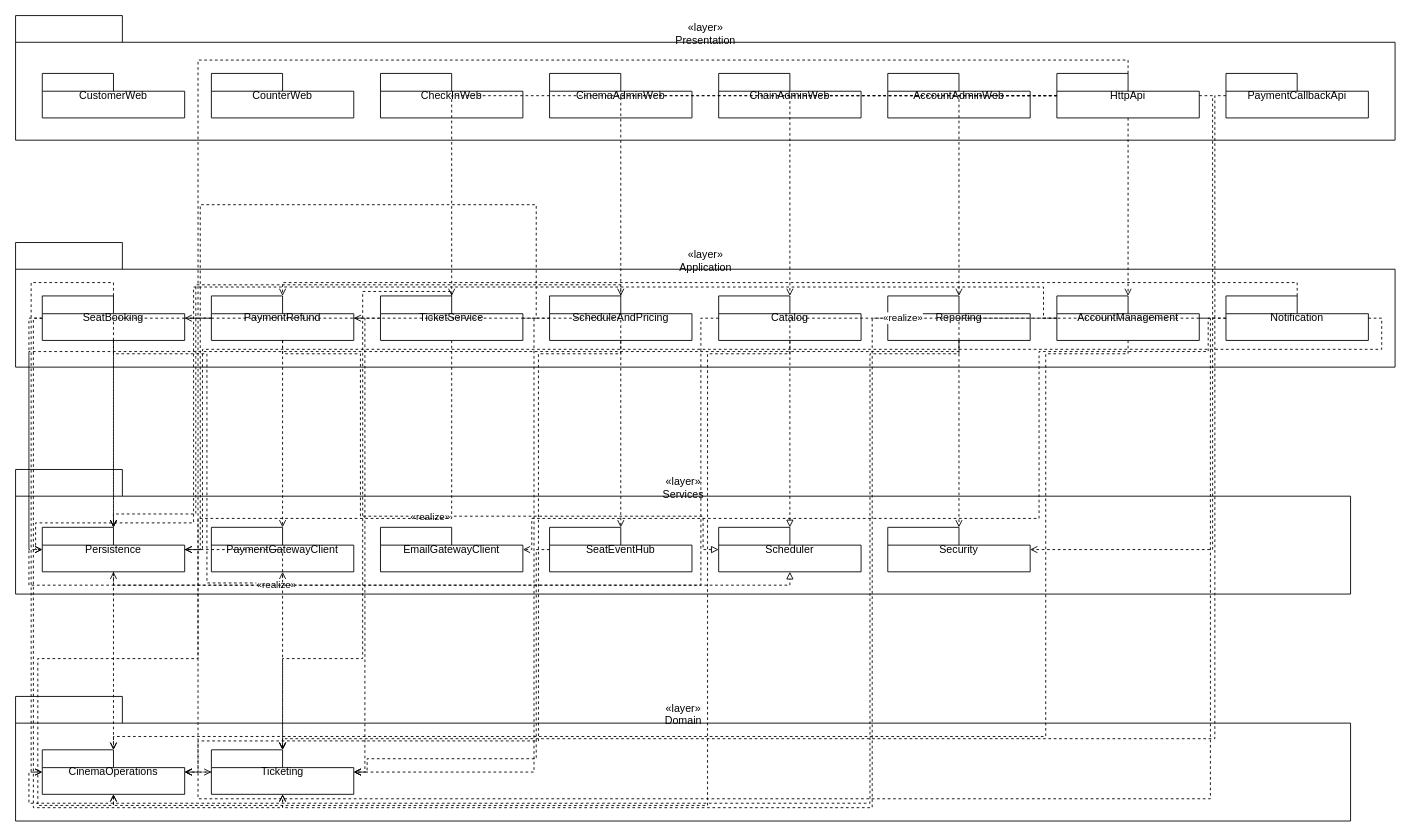
Above: design/diagrams/P09-package-layers.drawio in luytbq/app-dat-ve-xem-phim (draw.io), before the change. Source tidied: cells renumbered, new cells numbered last; positions are measured from the earlier drawing's top-left corner, leaving out a move shared by most shapes. Both pictures are drawn from the tidied source at 89%, with x=0, y=0 at pixel (15, 15).
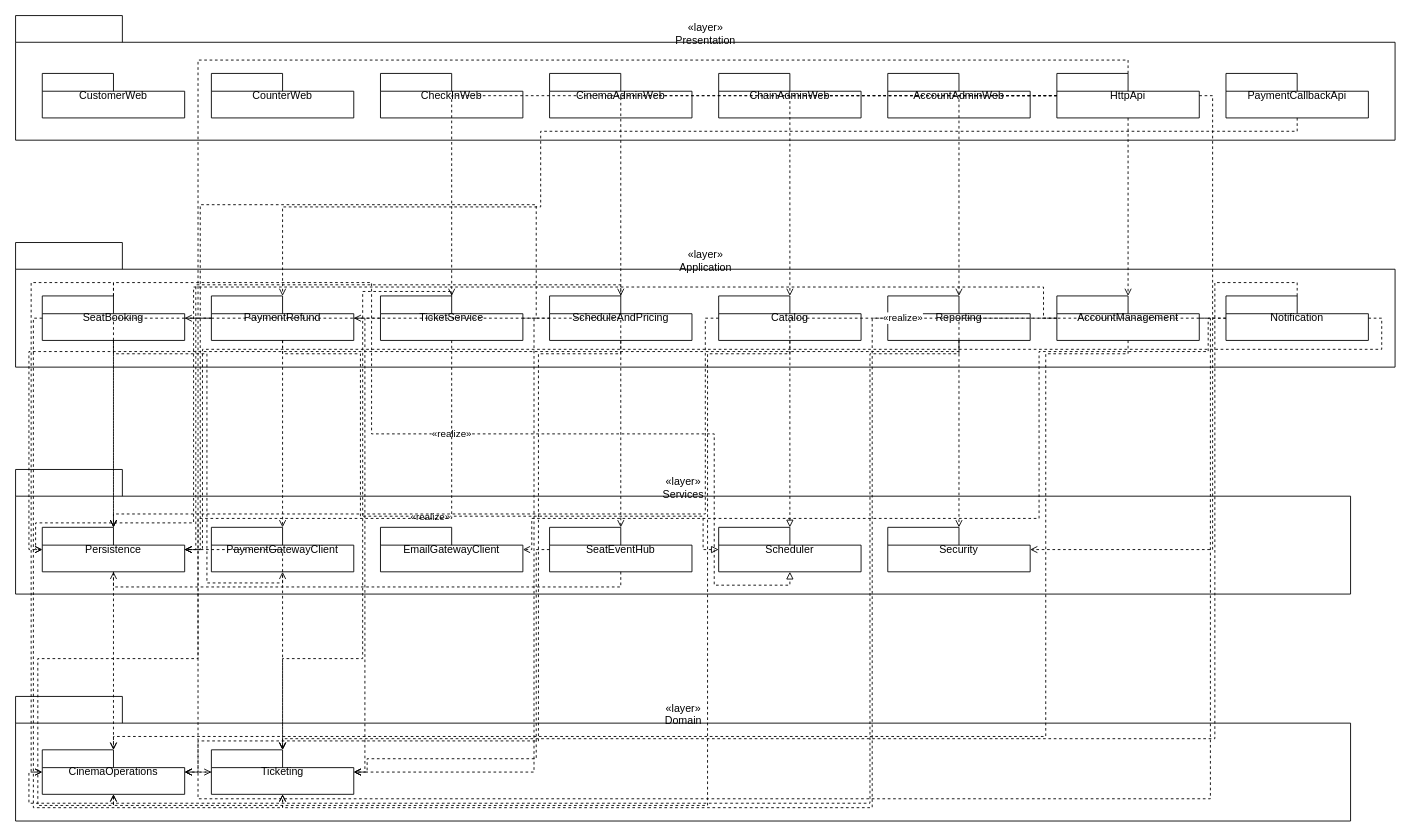
The same page after the edit.

Commit message (it also covers changes not shown here):
docs(architecture): resolve P09 review findings

The change refers to these unchanged cells:
```xml
<mxCell id="10" value="PaymentCallbackApi" style="shape=folder;tabWidth=80;tabHeight=20;tabPosition=left;html=1;whiteSpace=wrap;" parent="2" vertex="1">
  <mxGeometry x="1360" y="65" width="160" height="50" as="geometry" />
</mxCell>
<mxCell id="12" value="SeatBooking" style="shape=folder;tabWidth=80;tabHeight=20;tabPosition=left;html=1;whiteSpace=wrap;" parent="11" vertex="1">
  <mxGeometry x="30" y="60" width="160" height="50" as="geometry" />
</mxCell>
<mxCell id="13" value="PaymentRefund" style="shape=folder;tabWidth=80;tabHeight=20;tabPosition=left;html=1;whiteSpace=wrap;" parent="11" vertex="1">
  <mxGeometry x="220" y="60" width="160" height="50" as="geometry" />
</mxCell>
<mxCell id="16" value="Catalog" style="shape=folder;tabWidth=80;tabHeight=20;tabPosition=left;html=1;whiteSpace=wrap;" parent="11" vertex="1">
  <mxGeometry x="790" y="60" width="160" height="50" as="geometry" />
</mxCell>
<mxCell id="21" value="Persistence" style="shape=folder;tabWidth=80;tabHeight=20;tabPosition=left;html=1;whiteSpace=wrap;" parent="20" vertex="1">
  <mxGeometry x="30" y="65" width="160" height="50" as="geometry" />
</mxCell>
<mxCell id="24" value="SeatEventHub" style="shape=folder;tabWidth=80;tabHeight=20;tabPosition=left;html=1;whiteSpace=wrap;" parent="20" vertex="1">
  <mxGeometry x="600" y="65" width="160" height="50" as="geometry" />
</mxCell>
<mxCell id="25" value="Scheduler" style="shape=folder;tabWidth=80;tabHeight=20;tabPosition=left;html=1;whiteSpace=wrap;" parent="20" vertex="1">
  <mxGeometry x="790" y="65" width="160" height="50" as="geometry" />
</mxCell>
```

What changed in the source:
```diff
@@
-    <mxCell id="37" style="edgeStyle=orthogonalEdgeStyle;rounded=0;html=1;dashed=1;endArrow=open;endFill=0;exitX=0;exitY=0.5;exitDx=0;exitDy=0;entryX=0.5;entryY=0;entryDx=0;entryDy=0;" parent="1" edge="1" source="10" target="13">
+    <mxCell id="37" style="edgeStyle=orthogonalEdgeStyle;rounded=0;html=1;dashed=1;endArrow=open;endFill=0;exitX=0.5;exitY=1;exitDx=0;exitDy=0;entryX=0.5;entryY=0;entryDx=0;entryDy=0;" parent="1" edge="1" source="10" target="13">
       <mxGeometry relative="1" as="geometry">
         <Array as="points">
-          <mxPoint x="1347.5" y="90" />
-          <mxPoint x="1347.5" y="300" />
-          <mxPoint x="300" y="300" />
+          <mxPoint x="1440" y="130" />
+          <mxPoint x="590" y="130" />
+          <mxPoint x="590" y="215" />
+          <mxPoint x="300" y="215" />
         </Array>
       </mxGeometry>
     </mxCell>
@@
-    <mxCell id="41" value="«realize»" style="edgeStyle=orthogonalEdgeStyle;rounded=0;html=1;dashed=1;endArrow=block;endFill=0;exitX=0;exitY=0.5;exitDx=0;exitDy=0;entryX=0.5;entryY=1;entryDx=0;entryDy=0;" parent="1" edge="1" source="12" target="25">
+    <mxCell id="41" value="«realize»" style="edgeStyle=orthogonalEdgeStyle;rounded=0;html=1;dashed=1;endArrow=block;endFill=0;exitX=0.5;exitY=0;exitDx=0;exitDy=0;entryX=0.5;entryY=1;entryDx=0;entryDy=0;" parent="1" edge="1" source="12" target="25">
       <mxGeometry relative="1" as="geometry">
         <Array as="points">
-          <mxPoint x="15" y="340" />
-          <mxPoint x="15" y="640" />
+          <mxPoint x="110" y="300" />
+          <mxPoint x="400" y="300" />
+          <mxPoint x="400" y="470" />
+          <mxPoint x="785" y="470" />
+          <mxPoint x="785" y="640" />
           <mxPoint x="870" y="640" />
         </Array>
       </mxGeometry>
     </mxCell>
@@
-    <mxCell id="56" style="edgeStyle=orthogonalEdgeStyle;rounded=0;html=1;dashed=1;endArrow=open;endFill=0;exitX=0;exitY=0.5;exitDx=0;exitDy=0;entryX=0.5;entryY=1;entryDx=0;entryDy=0;" parent="1" edge="1" source="16" target="21">
+    <mxCell id="56" style="edgeStyle=orthogonalEdgeStyle;rounded=0;html=1;dashed=1;endArrow=open;endFill=0;exitX=0;exitY=0.5;exitDx=0;exitDy=0;entryX=1;entryY=0.5;entryDx=0;entryDy=0;" parent="1" edge="1" source="16" target="21">
       <mxGeometry relative="1" as="geometry">
         <Array as="points">
-          <mxPoint x="770" y="340" />
-          <mxPoint x="770" y="640" />
-          <mxPoint x="110" y="640" />
+          <mxPoint x="775" y="340" />
+          <mxPoint x="775" y="560" />
+          <mxPoint x="202.5" y="560" />
+          <mxPoint x="202.5" y="600" />
         </Array>
       </mxGeometry>
     </mxCell>
@@
+    <mxCell id="73" style="edgeStyle=orthogonalEdgeStyle;rounded=0;html=1;dashed=1;endArrow=open;endFill=0;exitX=0.5;exitY=1;exitDx=0;exitDy=0;entryX=0.5;entryY=1;entryDx=0;entryDy=0;" parent="1" edge="1" source="24" target="21">
+      <mxGeometry relative="1" as="geometry">
+        <Array as="points">
+          <mxPoint x="680" y="642" />
+          <mxPoint x="110" y="642" />
+        </Array>
+      </mxGeometry>
+    </mxCell>
```
